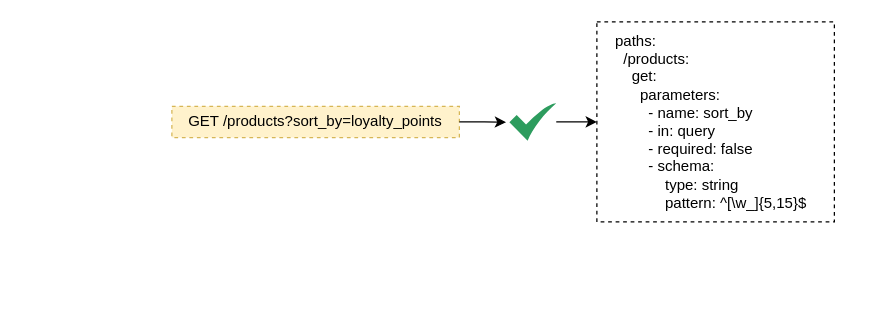
This is page "3.4" (4 of 4) of ch03.drawio from abunuwas/api-sec-book-imgs, a draw.io file, before an edit. Source tidied: cells renumbered, new cells numbered last; positions are measured from the earlier drawing's top-left corner, leaving out a move shared by most shapes. Both pictures are drawn from the tidied source at 125%, with x=0, y=0 at pixel (171, 21). Pictures stored in the file or linked from it are replaced by grey dashed boxes.
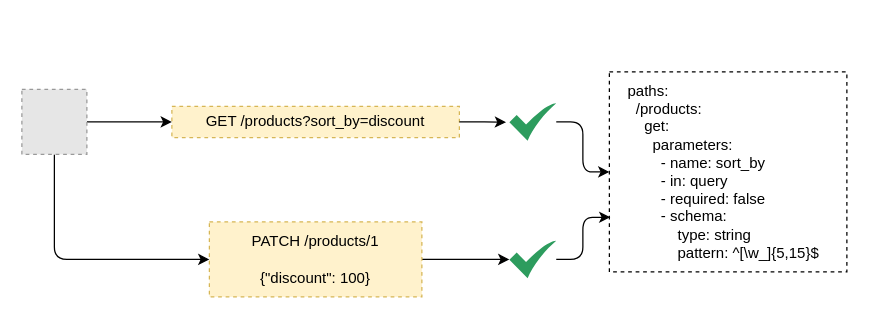
Above is the later version.

Diff of the diagram source:
```diff
@@
 <mxGraphModel>
   <root>
     <mxCell id="0" />
     <mxCell id="1" parent="0" />
     <mxCell id="2" value="&lt;div&gt;paths:&lt;/div&gt;&lt;div&gt;&amp;nbsp; /products:&lt;/div&gt;&lt;div&gt;&amp;nbsp; &amp;nbsp; get:&lt;/div&gt;&lt;div&gt;&amp;nbsp; &amp;nbsp; &amp;nbsp; parameters:&lt;/div&gt;&lt;div&gt;&amp;nbsp; &amp;nbsp; &amp;nbsp; &amp;nbsp; - name: sort_by&lt;/div&gt;&lt;div&gt;&amp;nbsp; &amp;nbsp; &amp;nbsp; &amp;nbsp; - in: query&lt;/div&gt;&lt;div&gt;&amp;nbsp; &amp;nbsp; &amp;nbsp; &amp;nbsp; - required: false&lt;/div&gt;&lt;div&gt;&amp;nbsp; &amp;nbsp; &amp;nbsp; &amp;nbsp; - schema:&lt;/div&gt;&lt;div&gt;&amp;nbsp; &amp;nbsp; &amp;nbsp; &amp;nbsp; &amp;nbsp; &amp;nbsp; type: string&lt;/div&gt;&lt;div&gt;&amp;nbsp; &amp;nbsp; &amp;nbsp; &amp;nbsp; &amp;nbsp; &amp;nbsp; pattern: ^[\w_]{5,15}$&lt;/div&gt;" style="text;html=1;align=left;verticalAlign=middle;whiteSpace=wrap;rounded=0;spacingTop=0;spacing=15;strokeColor=default;dashed=1;" parent="1" vertex="1">
-      <mxGeometry x="340" width="190" height="160" as="geometry" />
+      <mxGeometry x="350" y="40" width="190" height="160" as="geometry" />
     </mxCell>
-    <mxCell id="3" value="GET /products?sort_by=loyalty_points" style="rounded=0;whiteSpace=wrap;html=1;dashed=1;fillColor=#fff2cc;strokeColor=#d6b656;" parent="1" vertex="1">
+    <mxCell id="3" value="GET /products?sort_by=discount" style="rounded=0;whiteSpace=wrap;html=1;dashed=1;fillColor=#fff2cc;strokeColor=#d6b656;" parent="1" vertex="1">
       <mxGeometry y="67.5" width="230" height="25" as="geometry" />
     </mxCell>
-    <mxCell id="4" style="edgeStyle=orthogonalEdgeStyle;rounded=0;jettySize=auto;html=1;entryX=0;entryY=0.5;entryDx=0;entryDy=0;" parent="1" edge="1" source="5" target="2">
+    <mxCell id="4" style="edgeStyle=orthogonalEdgeStyle;rounded=1;jettySize=auto;html=1;entryX=0;entryY=0.5;entryDx=0;entryDy=0;curved=0;" parent="1" edge="1" source="5" target="2">
       <mxGeometry relative="1" as="geometry" />
     </mxCell>
     <mxCell id="5" style="sketch=0;html=1;strokeColor=none;shadow=0;align=center;fillColor=#2D9C5E;verticalAlign=top;labelPosition=center;verticalLabelPosition=bottom;shape=mxgraph.gcp2.check;" parent="1" vertex="1">
       <mxGeometry x="270" y="65" width="37.5" height="30" as="geometry" />
     </mxCell>
     <mxCell id="6" style="edgeStyle=orthogonalEdgeStyle;rounded=0;jettySize=auto;html=1;entryX=-0.071;entryY=0.511;entryDx=0;entryDy=0;entryPerimeter=0;" parent="1" edge="1" source="3" target="5">
       <mxGeometry relative="1" as="geometry" />
     </mxCell>
+    <mxCell id="7" style="edgeStyle=orthogonalEdgeStyle;rounded=0;jettySize=auto;html=1;" parent="1" edge="1" source="8" target="12">
+      <mxGeometry relative="1" as="geometry" />
+    </mxCell>
+    <mxCell id="8" value="PATCH /products/1&lt;br&gt;&lt;br&gt;{&quot;discount&quot;: 100}" style="rounded=0;whiteSpace=wrap;html=1;dashed=1;fillColor=#fff2cc;strokeColor=#d6b656;" parent="1" vertex="1">
+      <mxGeometry x="30" y="160" width="170" height="60" as="geometry" />
+    </mxCell>
+    <mxCell id="9" style="edgeStyle=orthogonalEdgeStyle;rounded=0;jettySize=auto;html=1;entryX=0;entryY=0.5;entryDx=0;entryDy=0;" parent="1" edge="1" source="11" target="3">
+      <mxGeometry relative="1" as="geometry" />
+    </mxCell>
+    <mxCell id="10" style="edgeStyle=orthogonalEdgeStyle;rounded=1;jettySize=auto;html=1;entryX=0;entryY=0.5;entryDx=0;entryDy=0;curved=0;" parent="1" edge="1" source="11" target="8">
+      <mxGeometry relative="1" as="geometry">
+        <Array as="points">
+          <mxPoint x="-94" y="190" />
+        </Array>
+      </mxGeometry>
+    </mxCell>
+    <mxCell id="11" style="fillColor=#E6E6E6;strokeColor=#999999;dashed=1;html=1;verticalAlign=top;verticalLabelPosition=bottom;labelBackgroundColor=#ffffff;" parent="1" vertex="1">
+      <mxGeometry x="-120" y="54" width="52" height="52" as="geometry" />
+    </mxCell>
+    <mxCell id="12" style="sketch=0;html=1;strokeColor=none;shadow=0;align=center;fillColor=#2D9C5E;verticalAlign=top;labelPosition=center;verticalLabelPosition=bottom;shape=mxgraph.gcp2.check;" parent="1" vertex="1">
+      <mxGeometry x="270" y="175" width="37.5" height="30" as="geometry" />
+    </mxCell>
+    <mxCell id="13" style="edgeStyle=orthogonalEdgeStyle;rounded=1;jettySize=auto;html=1;entryX=0.004;entryY=0.727;entryDx=0;entryDy=0;entryPerimeter=0;curved=0;" parent="1" edge="1" source="12" target="2">
+      <mxGeometry relative="1" as="geometry" />
+    </mxCell>
   </root>
 </mxGraphModel>
```
